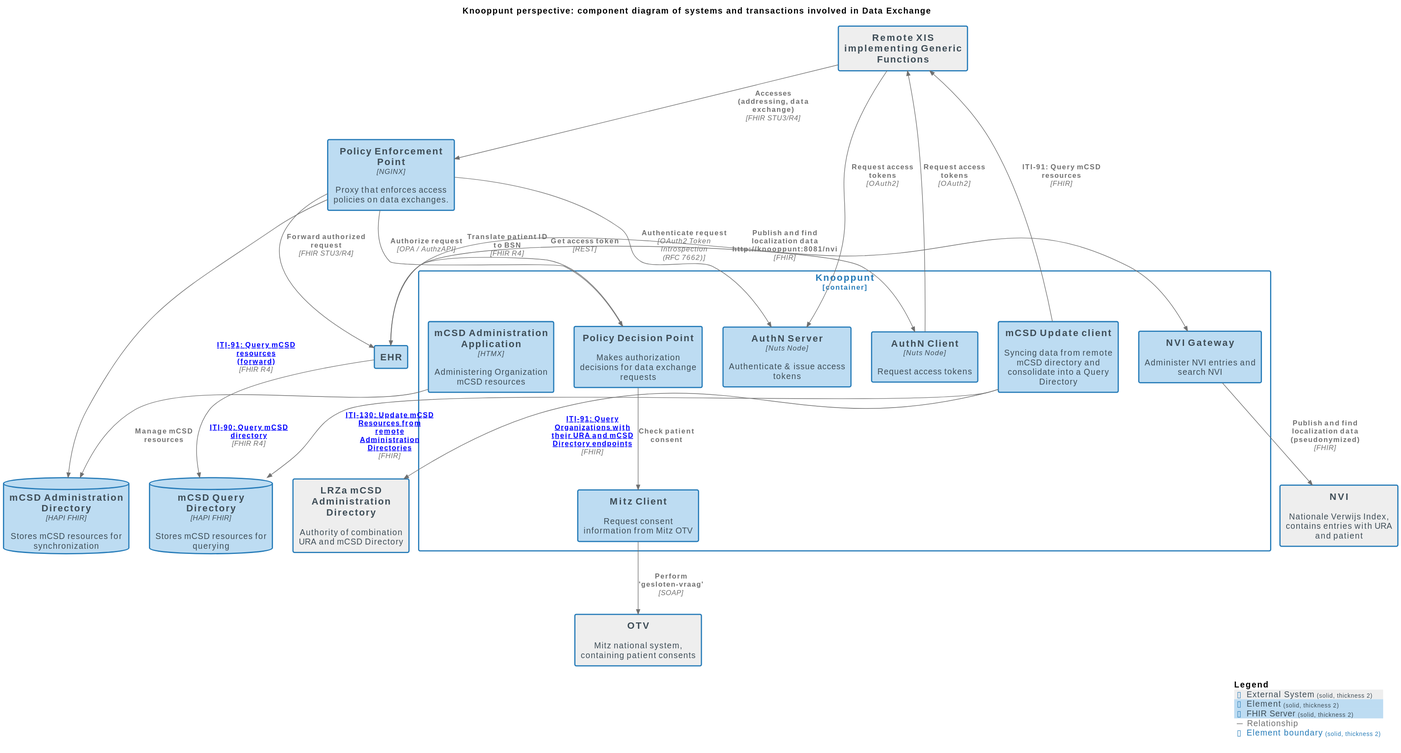
This is docs/images/structurizr-DataExchange_ComponentDiagram.svg from nuts-foundation/nuts-knooppunt, a PlantUML export, as it was before one commit.
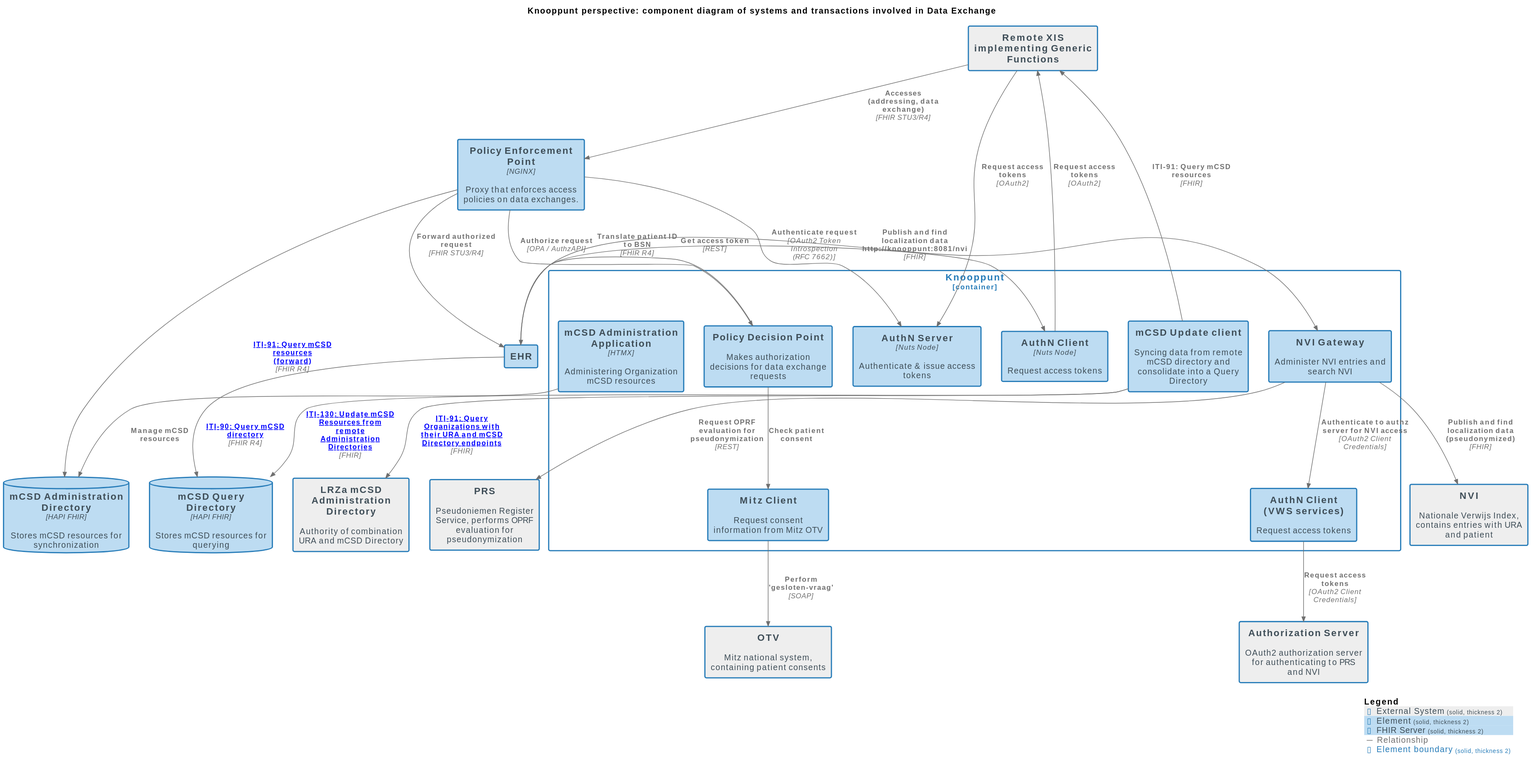
The same diagram one commit later.

What changed in the source:
```diff
@@ -19,6 +19,8 @@
 
 System(LRZamCSDAdministrationDirectory, "LRZa mCSD Administration Directory", $descr="Authority of combination URA and mCSD Directory", $tags="External System", $link="")
 System(NVI, "NVI", $descr="Nationale Verwijs Index, contains entries with URA and patient", $tags="External System", $link="")
+System(PRS, "PRS", $descr="Pseudoniemen Register Service, performs OPRF evaluation for pseudonymization", $tags="External System", $link="")
+System(AuthorizationServer, "Authorization Server", $descr="OAuth2 authorization server for authenticating to PRS and NVI", $tags="External System", $link="")
 System(OTV, "OTV", $descr="Mitz national system, containing patient consents", $tags="External System", $link="")
 System(RemoteXISimplementingGenericFunctions, "Remote XIS\nimplementing Generic Functions", $descr="", $tags="External System", $link="")
 Container(XIS.EHR, "EHR", $techn="", $descr="", $tags="Element", $link="")
@@ -33,6 +35,7 @@
   Component(XIS.Knooppunt.MitzClient, "Mitz Client", $techn="", $descr="Request consent information from Mitz OTV", $tags="Element", $link="")
   Component(XIS.Knooppunt.PolicyDecisionPoint, "Policy Decision Point", $techn="", $descr="Makes authorization decisions for data exchange requests", $tags="Element", $link="")
   Component(XIS.Knooppunt.AuthNClient, "AuthN Client", $techn="Nuts Node", $descr="Request access tokens", $tags="Element", $link="")
+  Component(XIS.Knooppunt.AuthNClientVWSservices, "AuthN Client\n(VWS services)", $techn="", $descr="Request access tokens", $tags="Element", $link="")
   Component(XIS.Knooppunt.AuthNServer, "AuthN Server", $techn="Nuts Node", $descr="Authenticate & issue access tokens", $tags="Element", $link="")
 }
 
@@ -44,6 +47,9 @@
 Rel(XIS.Knooppunt.mCSDUpdateclient, LRZamCSDAdministrationDirectory, "ITI-91: Query Organizations with their URA and mCSD Directory endpoints", $techn="FHIR", $tags="Relationship", $link="https://profiles.ihe.net/ITI/mCSD/ITI-91.html")
 Rel(XIS.Knooppunt.mCSDUpdateclient, RemoteXISimplementingGenericFunctions, "ITI-91: Query mCSD resources", $techn="FHIR", $tags="Relationship", $link="")
 Rel(XIS.EHR, XIS.Knooppunt.NVIGateway, "Publish and find localization data\nhttp://knooppunt:8081/nvi", $techn="FHIR", $tags="Relationship", $link="")
+Rel(XIS.Knooppunt.NVIGateway, XIS.Knooppunt.AuthNClientVWSservices, "Authenticate to authz server for NVI access", $techn="OAuth2 Client Credentials", $tags="Relationship", $link="")
+Rel(XIS.Knooppunt.AuthNClientVWSservices, AuthorizationServer, "Request access tokens", $techn="OAuth2 Client Credentials", $tags="Relationship", $link="")
+Rel(XIS.Knooppunt.NVIGateway, PRS, "Request OPRF evaluation for pseudonymization", $techn="REST", $tags="Relationship", $link="")
 Rel(XIS.Knooppunt.NVIGateway, NVI, "Publish and find localization data\n(pseudonymized)", $techn="FHIR", $tags="Relationship", $link="")
 Rel(XIS.Knooppunt.MitzClient, OTV, "Perform 'gesloten-vraag'", $techn="SOAP", $tags="Relationship", $link="")
 Rel(XIS.EHR, XIS.Knooppunt.AuthNClient, "Get access token", $techn="REST", $tags="Relationship", $link="")
```
